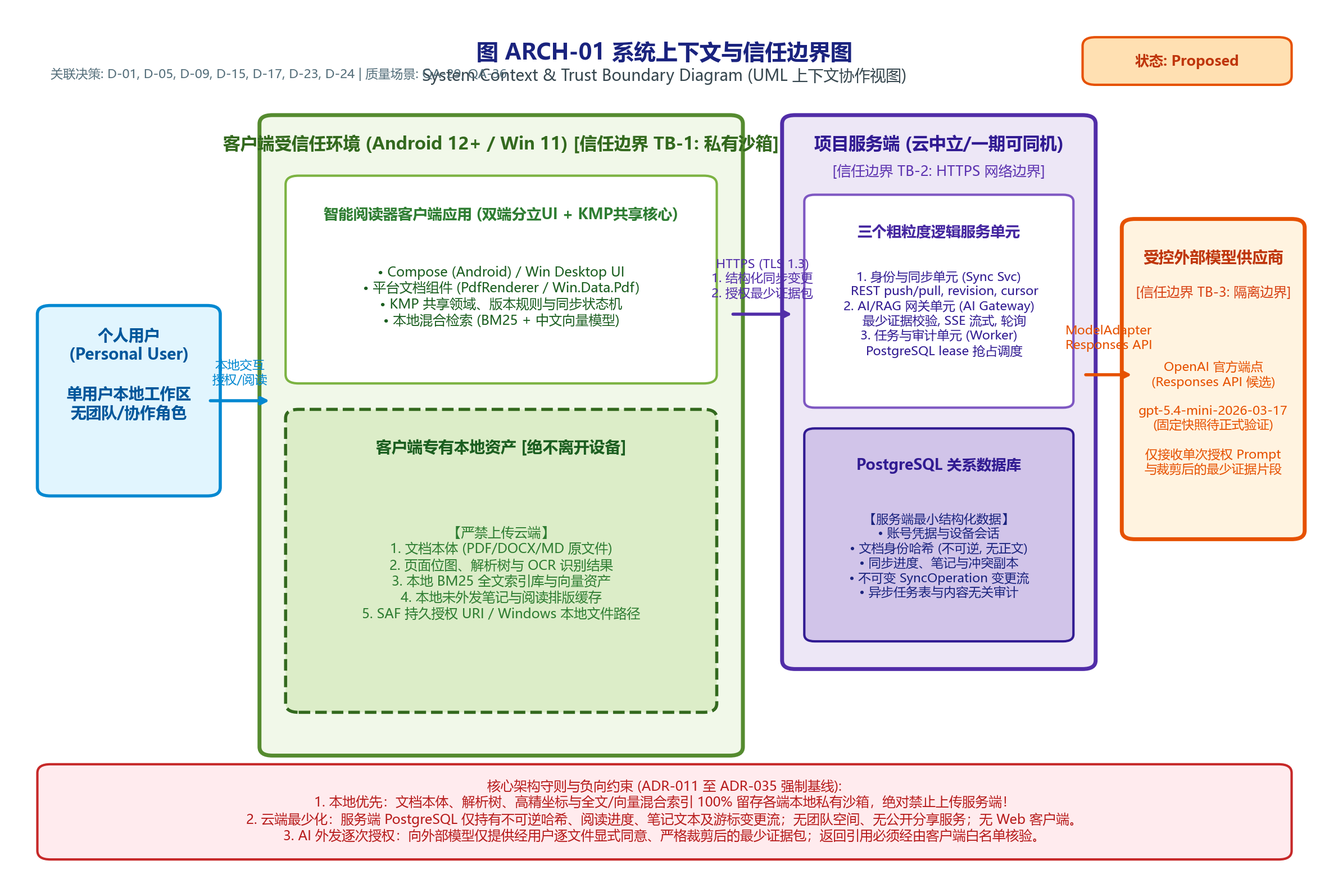
The PlantUML diagram docs/架构设计/阶段成果-V0.4-双端需求补充/41-架构视图与图件交付包-V1.0/导出图-PNG/ARCH-01-系统上下文与信任边界图.png in Aut-172/Intelligent-Reader, before a commit. Its source is kept beside it as docs/架构设计/阶段成果-V0.4-双端需求补充/41-架构视图与图件交付包-V1.0/底稿-PlantUML/ARCH-01-系统上下文与信任边界图.puml.
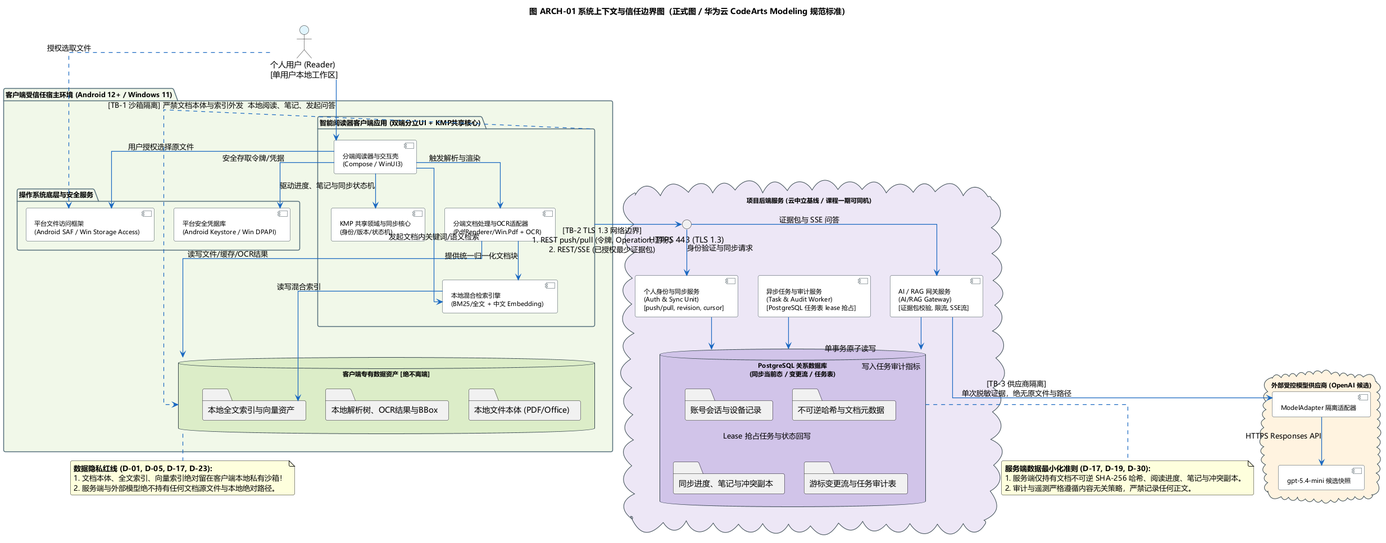
After the change.

What changed in the source:
```diff
@@ -1,115 +1,118 @@
 @startuml ARCH-01-系统上下文与信任边界图
-title 图 ARCH-01 系统上下文与信任边界图（正式图 / UML 上下文协作图）
+title 图 ARCH-01 系统上下文与信任边界图（正式图 / 华为云 CodeArts Modeling 规范标准）
 skinparam shadowing false
 skinparam defaultFontName Microsoft YaHei
-skinparam roundCorner 8
+skinparam roundCorner 6
 skinparam linetype ortho
 
-skinparam rectangle {
-    BackgroundColor<<user>> #E1F5FE
-    BorderColor<<user>> #0288D1
-    BackgroundColor<<client_env>> #F1F8E9
-    BorderColor<<client_env>> #558B2F
-    BackgroundColor<<server_env>> #EDE7F6
-    BorderColor<<server_env>> #512DA8
-    BackgroundColor<<external_env>> #FFF3E0
-    BorderColor<<external_env>> #E65100
-    BackgroundColor<<data_client>> #DCEDC8
-    BorderColor<<data_client>> #33691E
-    BackgroundColor<<data_server>> #D1C4E9
-    BorderColor<<data_server>> #311B92
-    BackgroundColor<<security>> #FFCDD2
-    BorderColor<<security>> #B71C1C
+skinparam package {
+  BackgroundColor transparent
+  BorderColor #546E7A
+  FontStyle bold
+  FontSize 12
 }
 
-actor "个人用户\n(Personal User)\n[单用户本地工作区]" as User <<user>>
+skinparam component {
+  BackgroundColor #FFFFFF
+  BorderColor #37474F
+  FontSize 11
+  ArrowColor #1565C0
+  ArrowThickness 1.2
+}
 
-package "客户端受信任宿主环境 (Android 12+ / Windows 11)" <<client_env>> {
+skinparam database {
+  BackgroundColor #FFFFFF
+  BorderColor #37474F
+  FontSize 11
+}
 
-    rectangle "操作系统底层与安全服务" as OS_Services {
+skinparam cloud {
+  BackgroundColor #FFFFFF
+  BorderColor #37474F
+  FontSize 11
+}
+
+actor "个人用户 (Reader)\n[单用户本地工作区]" as User #E1F5FE
+
+package "客户端受信任宿主环境 (Android 12+ / Windows 11)" as Env_Client #F1F8E9 {
+
+    package "操作系统底层与安全服务" as OS_Services {
         component "平台文件访问框架\n(Android SAF / Win Storage Access)" as OS_File
-        component "平台安全存储凭据库\n(Android Keystore / Win Credential Manager)" as OS_Sec
+        component "平台安全凭据库\n(Android Keystore / Win DPAPI)" as OS_Sec
     }
 
-    rectangle "智能阅读器客户端应用 (双端分立 UI + KMP 共享核心)" as ClientApp {
-        component "分端阅读器与交互壳\n(Android Compose / Win Desktop UI)" as UI_Shell
-        component "分端文档处理与 OCR 适配器\n(PdfRenderer/Windows.Data.Pdf + Tesseract/Paddle)" as Doc_Adapter
-        component "本地混合检索与证据选择\n(BM25/全文 + 中文 Embedding 向量)" as Local_Retr
-        component "KMP 共享领域与同步核心\n(DocumentIdentity/Version, SyncState, Rules)" as KMP_Core
-        component "本地持久化与缓存\n(SQLite/Room 本地库, 任务队列)" as Local_Store
+    package "智能阅读器客户端应用 (双端分立UI + KMP共享核心)" as ClientApp {
+        component "分端阅读器与交互壳\n(Compose / WinUI3)" as UI_Shell
+        component "分端文档处理与OCR适配器\n(PdfRenderer/Win.Pdf + OCR)" as Doc_Adapter
+        component "本地混合检索引擎\n(BM25/全文 + 中文 Embedding)" as Local_Retr
+        component "KMP 共享领域与同步核心\n(身份/版本/状态机)" as KMP_Core
     }
 
-    database "客户端专有数据资产 [绝不离开设备]" <<data_client>> as Local_Data {
-        folder "本地文件本体与页面图像\n(PDF/DOCX/MD)" as Data_Files
-        folder "本地解析树、OCR 识别结果与 BBox" as Data_OCR
-        folder "本地全文 BM25 索引与向量索引资产" as Data_Index
-        folder "本地阅读缓存、未外发笔记与草稿" as Data_Cache
+    database "客户端专有数据资产 [绝不离端]" as Local_Data #DCEDC8 {
+        folder "本地文件本体 (PDF/Office)" as Data_Files
+        folder "本地解析树、OCR结果与BBox" as Data_OCR
+        folder "本地全文索引与向量资产" as Data_Index
     }
 
     UI_Shell --> OS_File : 用户授权选择原文件
-    UI_Shell --> OS_Sec : 安全读写访问令牌/密钥
+    UI_Shell --> OS_Sec : 安全存取令牌/凭据
     UI_Shell --> Doc_Adapter : 触发解析与渲染
     Doc_Adapter --> Local_Data : 读写文件/缓存/OCR结果
-    Doc_Adapter --> Local_Retr : 提供统一归一化文档块(DocumentPage/Rect)
+    Doc_Adapter --> Local_Retr : 提供统一归一化文档块
     Local_Retr --> Data_Index : 读写混合索引
-    UI_Shell --> Local_Retr : 发起文档内关键词/语义问答
-    UI_Shell --> KMP_Core : 驱动进度更新、笔记修改与同步状态机
-    KMP_Core --> Local_Store : 保存不可变 SyncOperation
+    UI_Shell --> Local_Retr : 发起文档内关键词/语义检索
+    UI_Shell --> KMP_Core : 驱动进度、笔记与同步状态机
 }
 
-cloud "项目后端服务 (云中立基线 / 课程一期可同机部署)" <<server_env>> {
+cloud "项目后端服务 (云中立基线 / 课程一期可同机)" as Env_Server #EDE7F6 {
 
-    interface "HTTPS 入口\n(TLS 1.3 / 端口 443 / 证书校验)" as Edge_Ingress
+    interface "HTTPS 443 (TLS 1.3)" as Edge_Ingress
 
-    component "个人身份与同步服务\n(Auth & Sync Unit)\n[REST push/pull, revision, cursor]" as Svc_Sync
+    component "个人身份与同步服务\n(Auth & Sync Unit)\n[push/pull, revision, cursor]" as Svc_Sync
 
-    component "AI / RAG 网关服务\n(AI/RAG Gateway)\n[证据包校验, 长度/限流控制, SSE/轮询]" as Svc_AI
+    component "AI / RAG 网关服务\n(AI/RAG Gateway)\n[证据包校验, 限流, SSE流]" as Svc_AI
 
-    component "异步任务与审计服务\n(Task & Audit Worker)\n[PostgreSQL 任务表 lease 领取与恢复]" as Svc_Worker
+    component "异步任务与审计服务\n(Task & Audit Worker)\n[PostgreSQL 任务表 lease 抢占]" as Svc_Worker
 
-    database "PostgreSQL 关系数据库\n(同步当前态 / 变更流 / 任务表)" <<data_server>> as DB_Postgres {
-        folder "账号、设备会话与不可逆密码凭据" as Srv_Accounts
-        folder "文档身份元数据与版本映射表\n(不可逆 SHA-256 哈希，无正文)" as Srv_Meta
-        folder "同步进度、笔记记录、冲突副本与短摘录" as Srv_SyncData
-        folder "账号级游标变更流、Operation 幂等表、Tombstone" as Srv_Ops
-        folder "异步任务表与内容无关审计日志" as Srv_Audit
+    database "PostgreSQL 关系数据库\n(同步当前态 / 变更流 / 任务表)" as DB_Postgres #D1C4E9 {
+        folder "账号会话与设备记录" as Srv_Accounts
+        folder "不可逆哈希与文档元数据" as Srv_Meta
+        folder "同步进度、笔记与冲突副本" as Srv_SyncData
+        folder "游标变更流与任务审计表" as Srv_Ops
     }
 
-    Edge_Ingress --> Svc_Sync : 身份验证与同步请求路由
-    Edge_Ingress --> Svc_AI : 证据包提交与 SSE 问答路由
-    Svc_Sync --> DB_Postgres : 读写同步状态/变更记录(同一事务提交)
-    Svc_Worker --> DB_Postgres : 基于 lease 领取任务/回写状态
-    Svc_AI --> DB_Postgres : 记录问答任务状态与内容无关审计
+    Edge_Ingress --> Svc_Sync : 身份验证与同步请求
+    Edge_Ingress --> Svc_AI : 证据包与 SSE 问答
+    Svc_Sync --> DB_Postgres : 单事务原子读写
+    Svc_Worker --> DB_Postgres : Lease 抢占任务与状态回写
+    Svc_AI --> DB_Postgres : 写入任务审计指标
 }
 
-cloud "外部受控模型供应商 (OpenAI 候选 / Responses API)" <<external_env>> {
-    component "ModelAdapter 隔离适配器\n[屏蔽供应商专有类型与错误归一化]" as Model_Adapter
-    component "gpt-5.4-mini-2026-03-17\n(待验证固定快照候选模型)" as Ext_LLM
-    Model_Adapter --> Ext_LLM : HTTPS 请求\n(携带本次授权裁剪后最少证据包)
+cloud "外部受控模型供应商 (OpenAI 候选)" as Env_External #FFF3E0 {
+    component "ModelAdapter 隔离适配器" as Model_Adapter
+    component "gpt-5.4-mini 候选快照" as Ext_LLM
+    Model_Adapter --> Ext_LLM : HTTPS Responses API
 }
 
-User --> UI_Shell : 本地文档阅读、笔记记录、发起问答、授权导出
-User ..> OS_File : 系统授权选取文件
+User --> UI_Shell : 本地阅读、笔记、发起问答
+User ..> OS_File : 授权选取文件
 
-ClientApp ~~ Local_Data : [信任边界 TB-1: 客户端沙箱]\n文件与索引隔离于平台私有沙箱中
+ClientApp ..> Local_Data : [TB-1 沙箱隔离] 严禁文档本体与索引外发
 
-ClientApp --> Edge_Ingress : [信任边界 TB-2: HTTPS/TLS 1.3 网络边界]\n1. REST/JSON push/pull (个人令牌, Operation, 不透明 cursor)\n2. REST/JSON + SSE (已授权最少证据包, 禁用整篇/全文外发)
+ClientApp --> Edge_Ingress : [TB-2 TLS 1.3 网络边界]\n1. REST push/pull (令牌, Operation, 游标)\n2. REST/SSE (已授权最少证据包)
 
-Svc_AI --> Model_Adapter : [信任边界 TB-3: 外部供应商隔离边界]\n仅单次 Prompt + 授权短摘录; 绝无文件本体与本地路径
-Model_Adapter --> Svc_AI : 结构化流式生成结果 + 引用白名单回填
+Svc_AI --> Model_Adapter : [TB-3 供应商隔离]\n单次脱敏证据，绝无原文件与路径
 
 note bottom of Local_Data
-  **负向边界与合规约束 (D-01, D-05, D-09, D-17, D-23, D-24):**
-  1. 文档本体、全文索引、向量索引、页面图像绝对留在客户端，禁止上传云端！
-  2. 不存在 Web 客户端、团队空间、共享文件夹或公开分享链接服务。
-  3. 客户端在发起模型请求前，必须执行权限过滤、逐文件同意与最少证据裁剪。
+  **数据隐私红线 (D-01, D-05, D-17, D-23):**
+  1. 文档本体、全文索引、向量索引绝对留在客户端本地私有沙箱！
+  2. 服务端与外部模型绝不持有任何文档源文件与本地绝对路径。
 end note
 
 note bottom of DB_Postgres
-  **服务端数据最小化准则 (D-17, D-19, D-30, D-31):**
-  1. 服务端仅持有文档身份不可逆哈希、阅读进度、笔记文本与冲突副本。
-  2. 采用不可变 SyncOperation 与游标变更流，单事务保证原子性。
-  3. 日志与遥测严格遵循内容无关策略，禁止记录文档内容、笔记全文或完整路径。
+  **服务端数据最小化准则 (D-17, D-19, D-30):**
+  1. 服务端仅持有文档不可逆 SHA-256 哈希、阅读进度、笔记与冲突副本。
+  2. 审计与遥测严格遵循内容无关策略，严禁记录任何正文。
 end note
 
 @enduml
```
